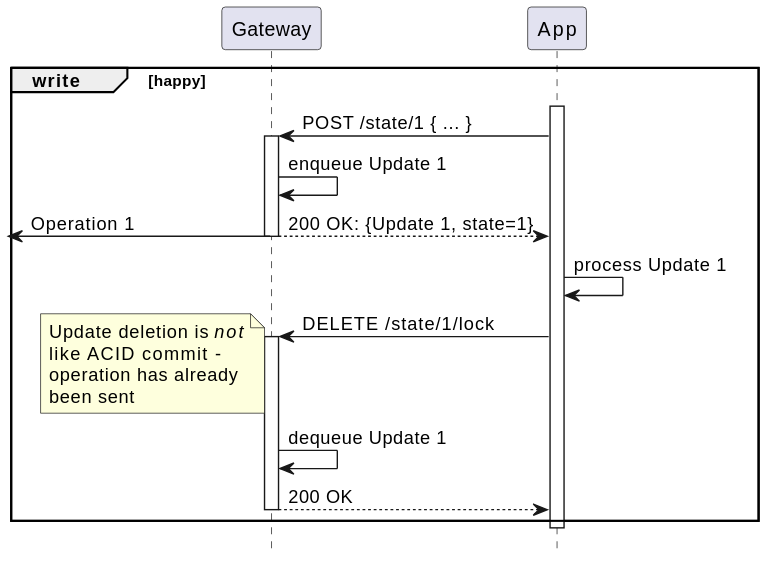
This is architecture/api/http/img/1-basic-write.seq.svg from m-ld/m-ld-gateway, a PlantUML export, as it was before one commit.
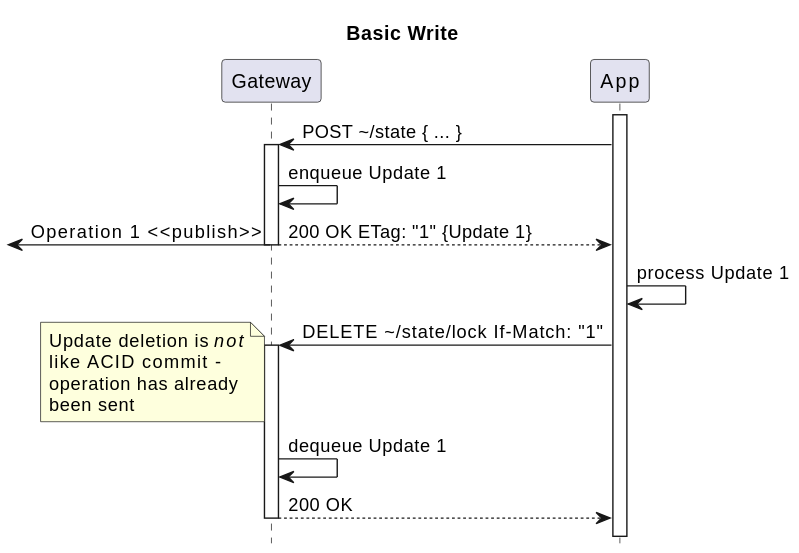
Later version of the same file.

The edit, as a diff of the source:
```diff
@@ -2,17 +2,18 @@
 !pragma teoz true
 hide footbox
 
+title: Basic Write
+
 participant Gateway as gw
 participant "App" as app
 
-group write [happy]
 activate app
-app -> gw ++: POST /state/1 { ... }
+app -> gw ++: POST \~/state { ... }
 gw -> gw: enqueue Update 1
-return 200 OK: {Update 1, state=1}
-& <- gw: Operation 1
+return 200 OK ETag: "1" {Update 1}
+& <- gw: Operation 1 <<publish>>
 app -> app: process Update 1
-app -> gw ++: DELETE /state/1/lock
+app -> gw ++: DELETE \~/state/lock If-Match: "1"
 note left
 Update deletion is //not//
 like ACID commit -
@@ -22,6 +23,5 @@
 gw -> gw: dequeue Update 1
 return 200 OK
 deactivate app
-end group
 
 @enduml
```
